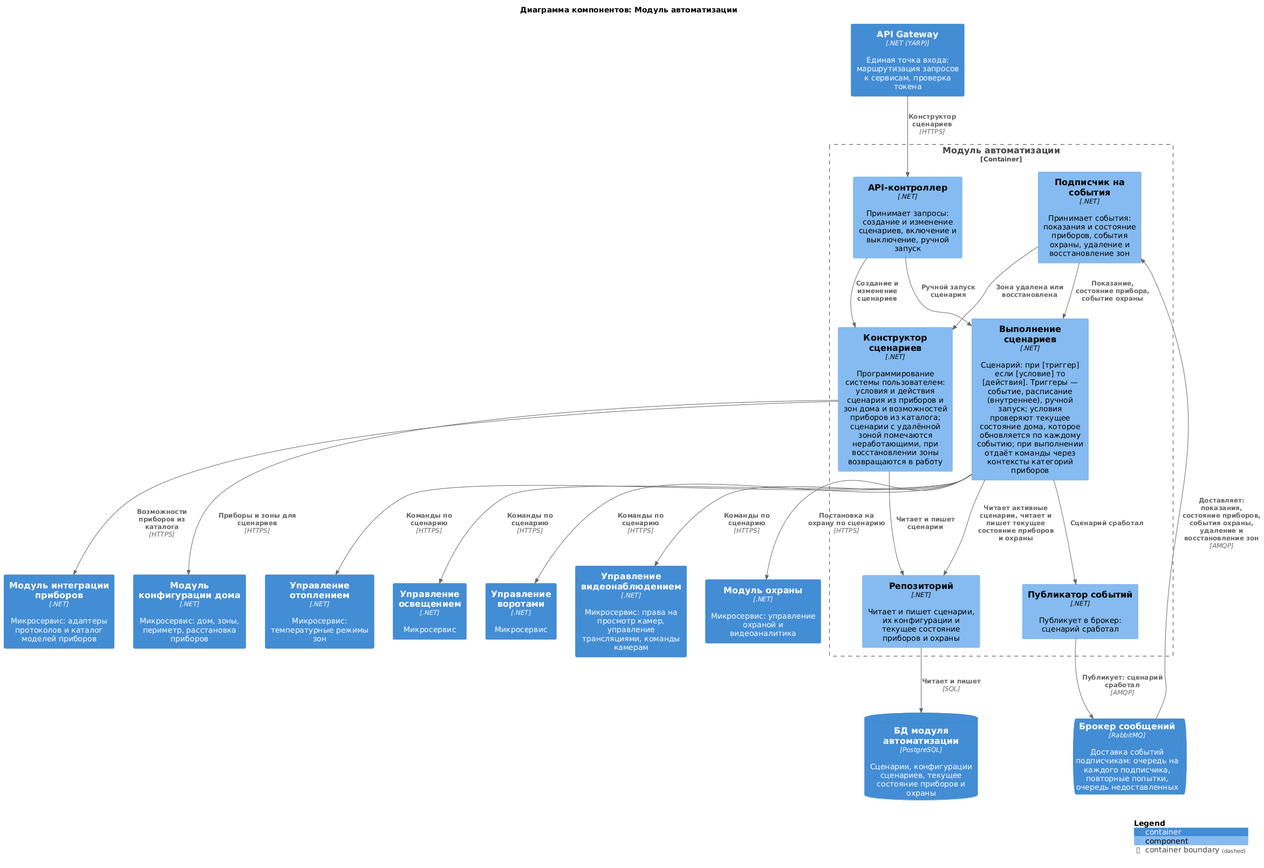
This is diagrams/components/automation.png from Lyamin-av/architecture-warmhouse, a PlantUML export, as it was before one commit.
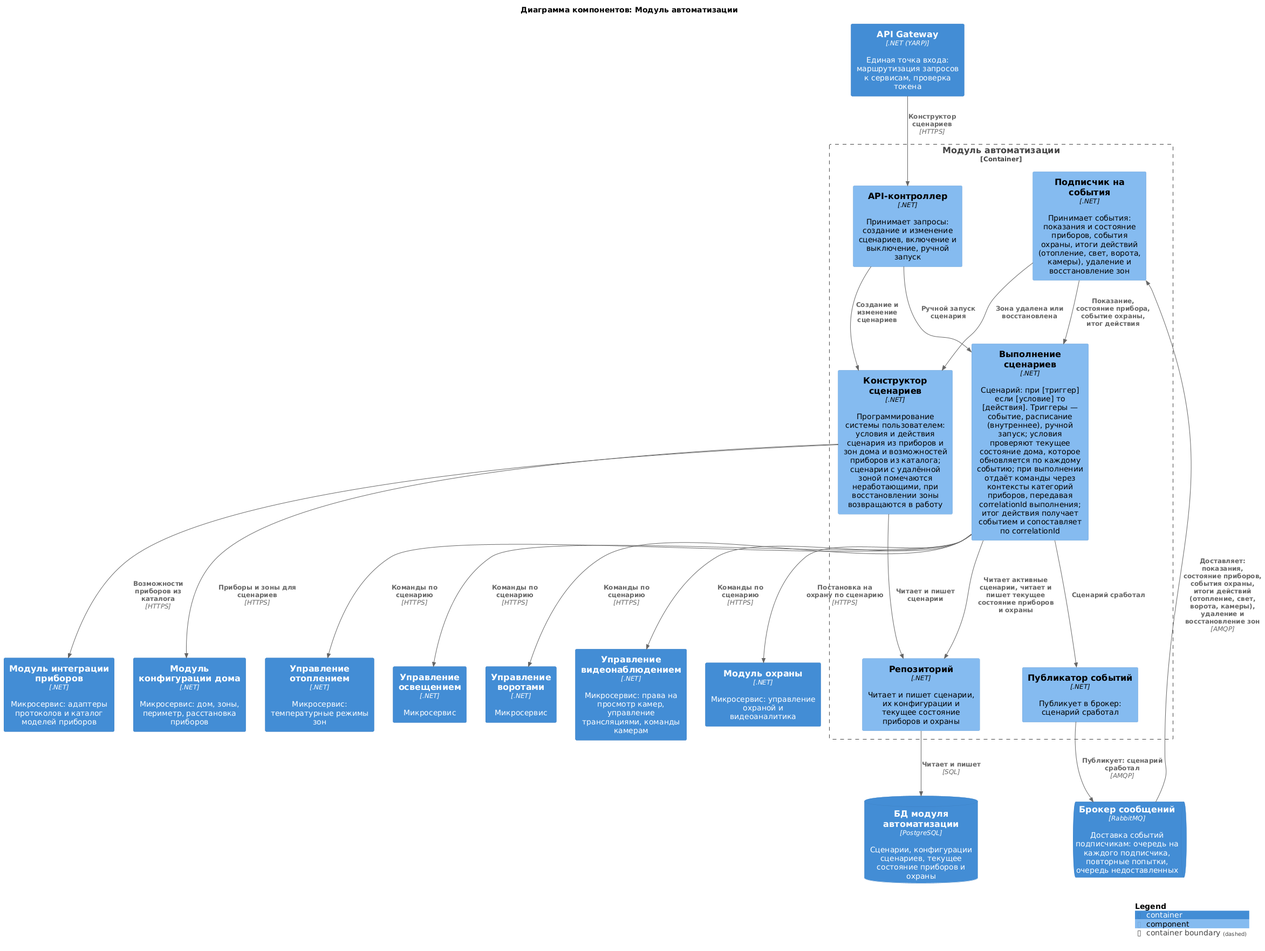
Above is the later version.

Diff of the diagram source:
```diff
@@ -17,21 +17,21 @@
 Container_Boundary(Automation, "Модуль автоматизации") {
     Component(api, "API-контроллер", ".NET", "Принимает запросы: создание и изменение сценариев, включение и выключение, ручной запуск")
     Component(designer, "Конструктор сценариев", ".NET", "Программирование системы пользователем: условия и действия сценария из приборов и зон дома и возможностей приборов из каталога; сценарии с удалённой зоной помечаются неработающими, при восстановлении зоны возвращаются в работу")
-    Component(executor, "Выполнение сценариев", ".NET", "Сценарий: при [триггер] если [условие] то [действия]. Триггеры — событие, расписание (внутреннее), ручной запуск; условия проверяют текущее состояние дома, которое обновляется по каждому событию; при выполнении отдаёт команды через контексты категорий приборов")
-    Component(subscriber, "Подписчик на события", ".NET", "Принимает события: показания и состояние приборов, события охраны, удаление и восстановление зон")
+    Component(executor, "Выполнение сценариев", ".NET", "Сценарий: при [триггер] если [условие] то [действия]. Триггеры — событие, расписание (внутреннее), ручной запуск; условия проверяют текущее состояние дома, которое обновляется по каждому событию; при выполнении отдаёт команды через контексты категорий приборов, передавая correlationId выполнения; итог действия получает событием и сопоставляет по correlationId")
+    Component(subscriber, "Подписчик на события", ".NET", "Принимает события: показания и состояние приборов, события охраны, итоги действий (отопление, свет, ворота, камеры), удаление и восстановление зон")
     Component(publisher, "Публикатор событий", ".NET", "Публикует в брокер: сценарий сработал")
     Component(repo, "Репозиторий", ".NET", "Читает и пишет сценарии, их конфигурации и текущее состояние приборов и охраны")
 }
 
 Rel(Gateway, api, "Конструктор сценариев", "HTTPS")
-Rel(Broker, subscriber, "Доставляет: показания, состояние приборов, события охраны, удаление и восстановление зон", "AMQP")
+Rel(Broker, subscriber, "Доставляет: показания, состояние приборов, события охраны, итоги действий (отопление, свет, ворота, камеры), удаление и восстановление зон", "AMQP")
 
 Rel(api, designer, "Создание и изменение сценариев")
 Rel(api, executor, "Ручной запуск сценария")
 Rel(designer, HouseConfigurator, "Приборы и зоны для сценариев", "HTTPS")
 Rel(designer, DeviceIntegration, "Возможности приборов из каталога", "HTTPS")
 Rel(subscriber, designer, "Зона удалена или восстановлена")
-Rel(subscriber, executor, "Показание, состояние прибора, событие охраны")
+Rel(subscriber, executor, "Показание, состояние прибора, событие охраны, итог действия")
 
 Rel(executor, Heating, "Команды по сценарию", "HTTPS")
 Rel(executor, Lighting, "Команды по сценарию", "HTTPS")
```
